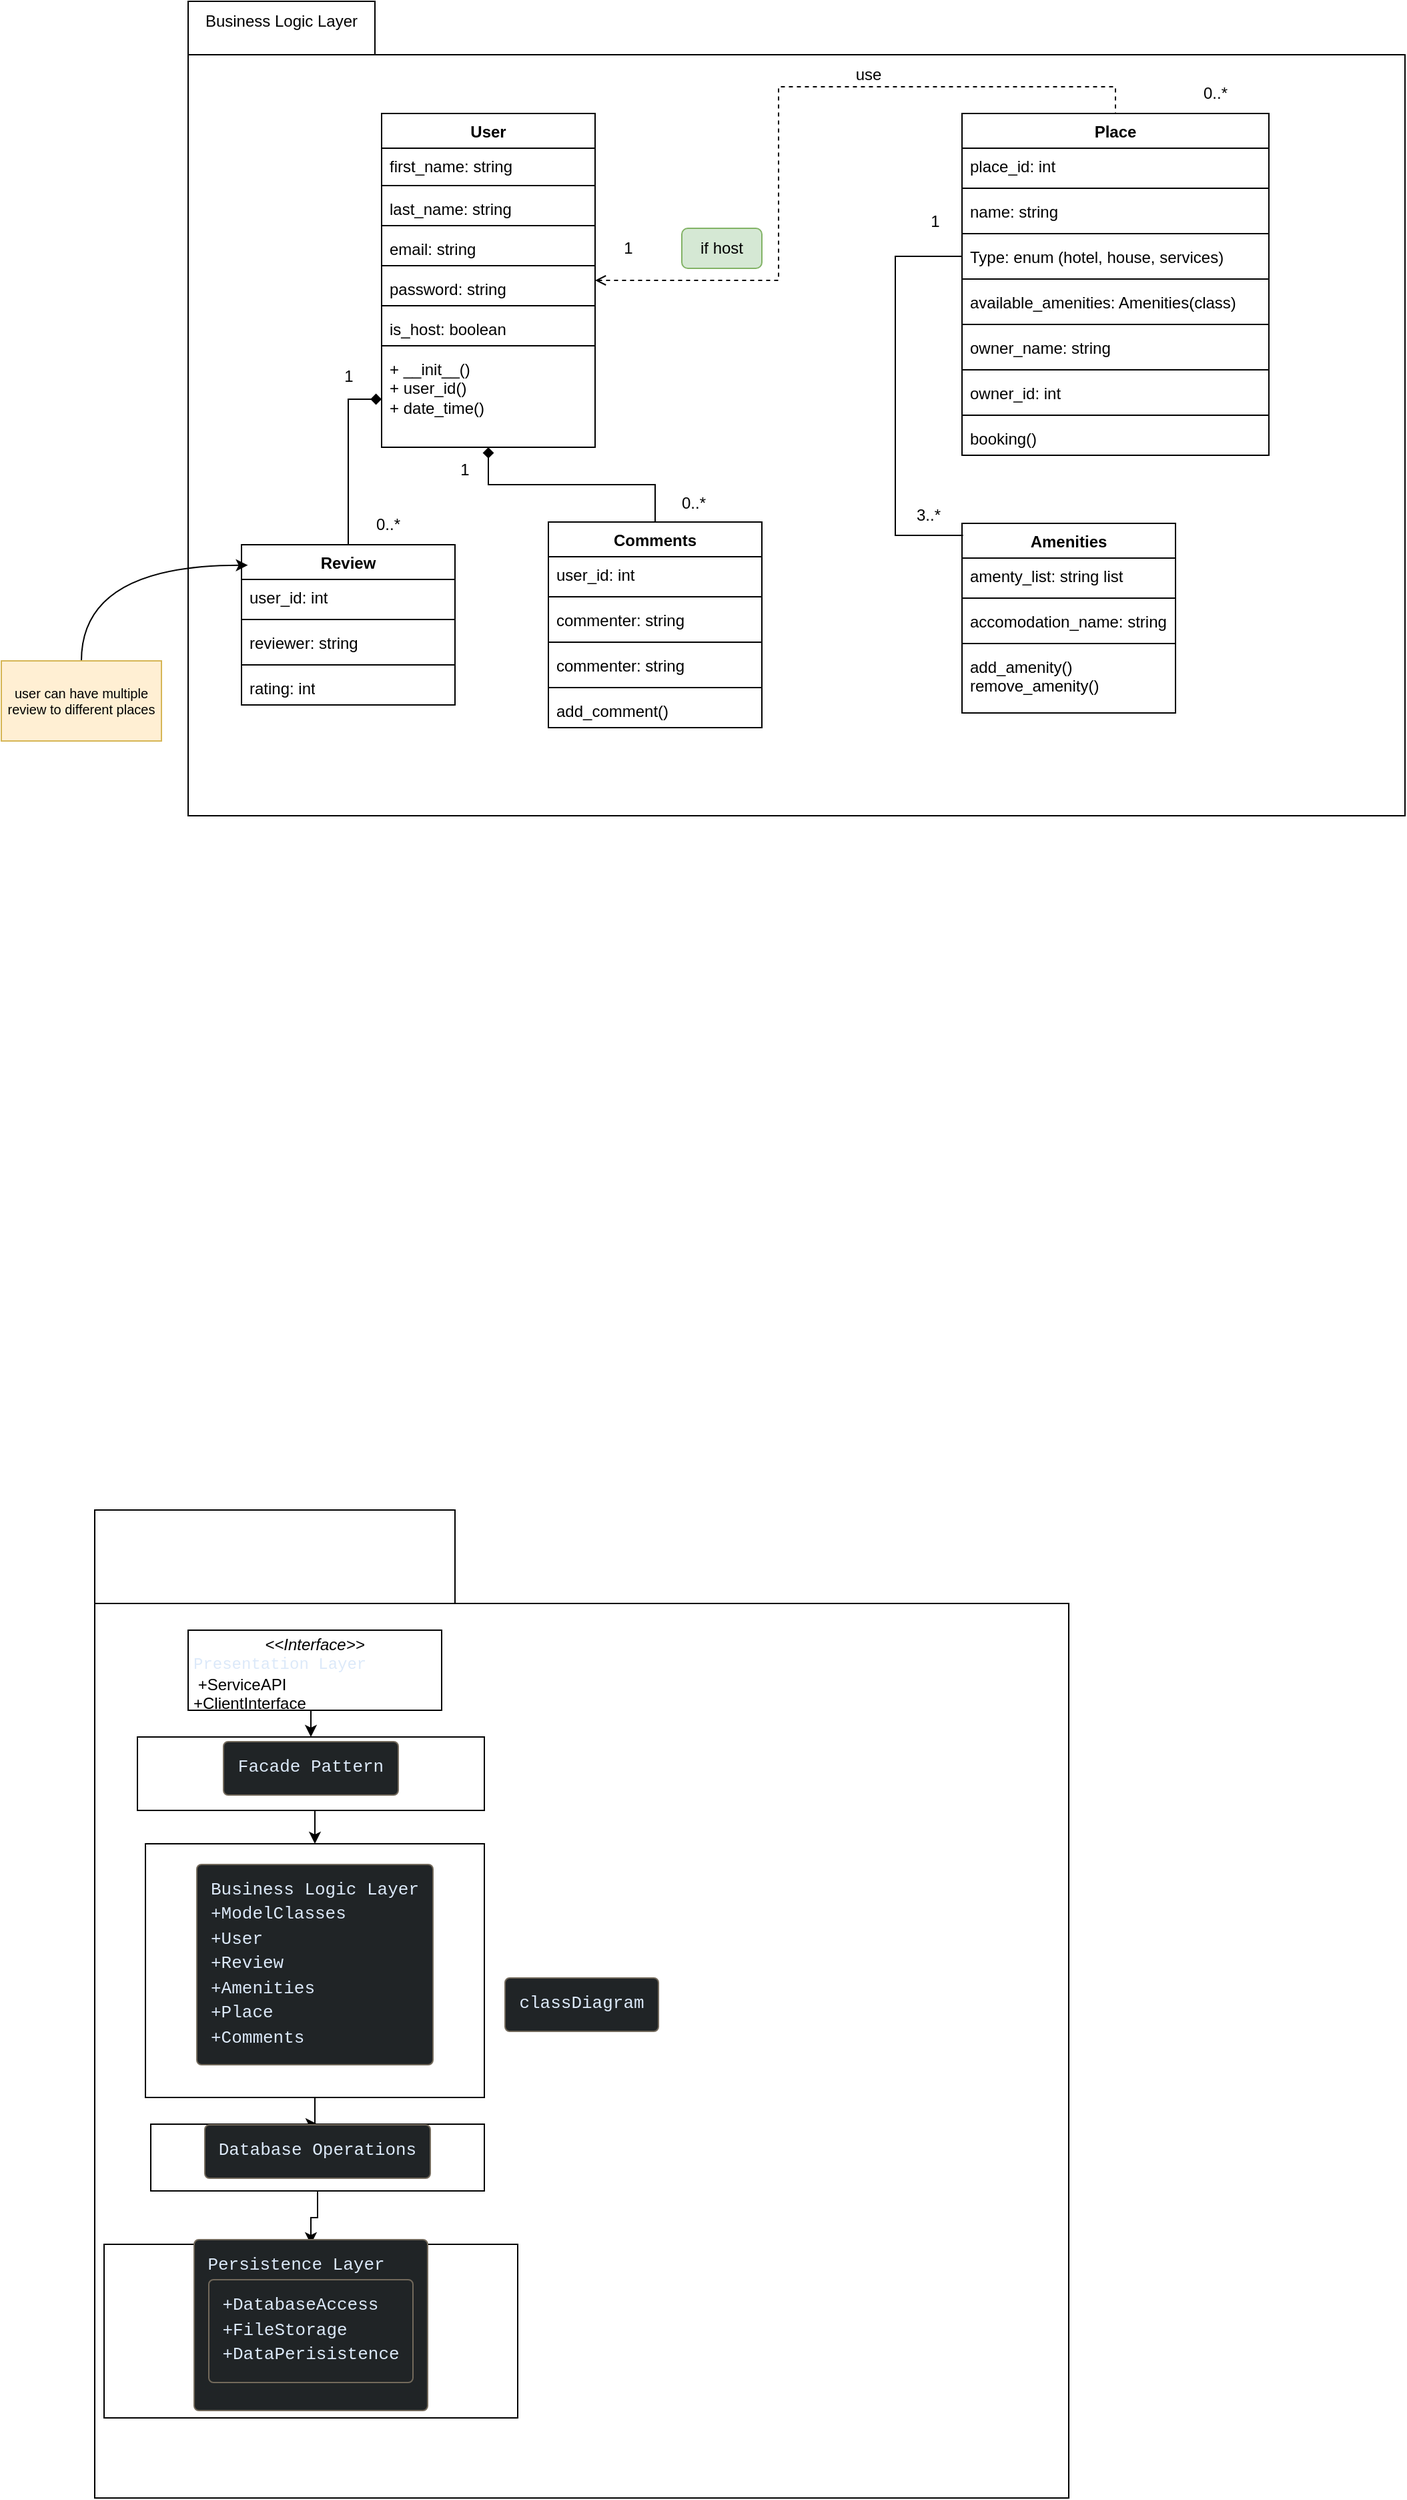
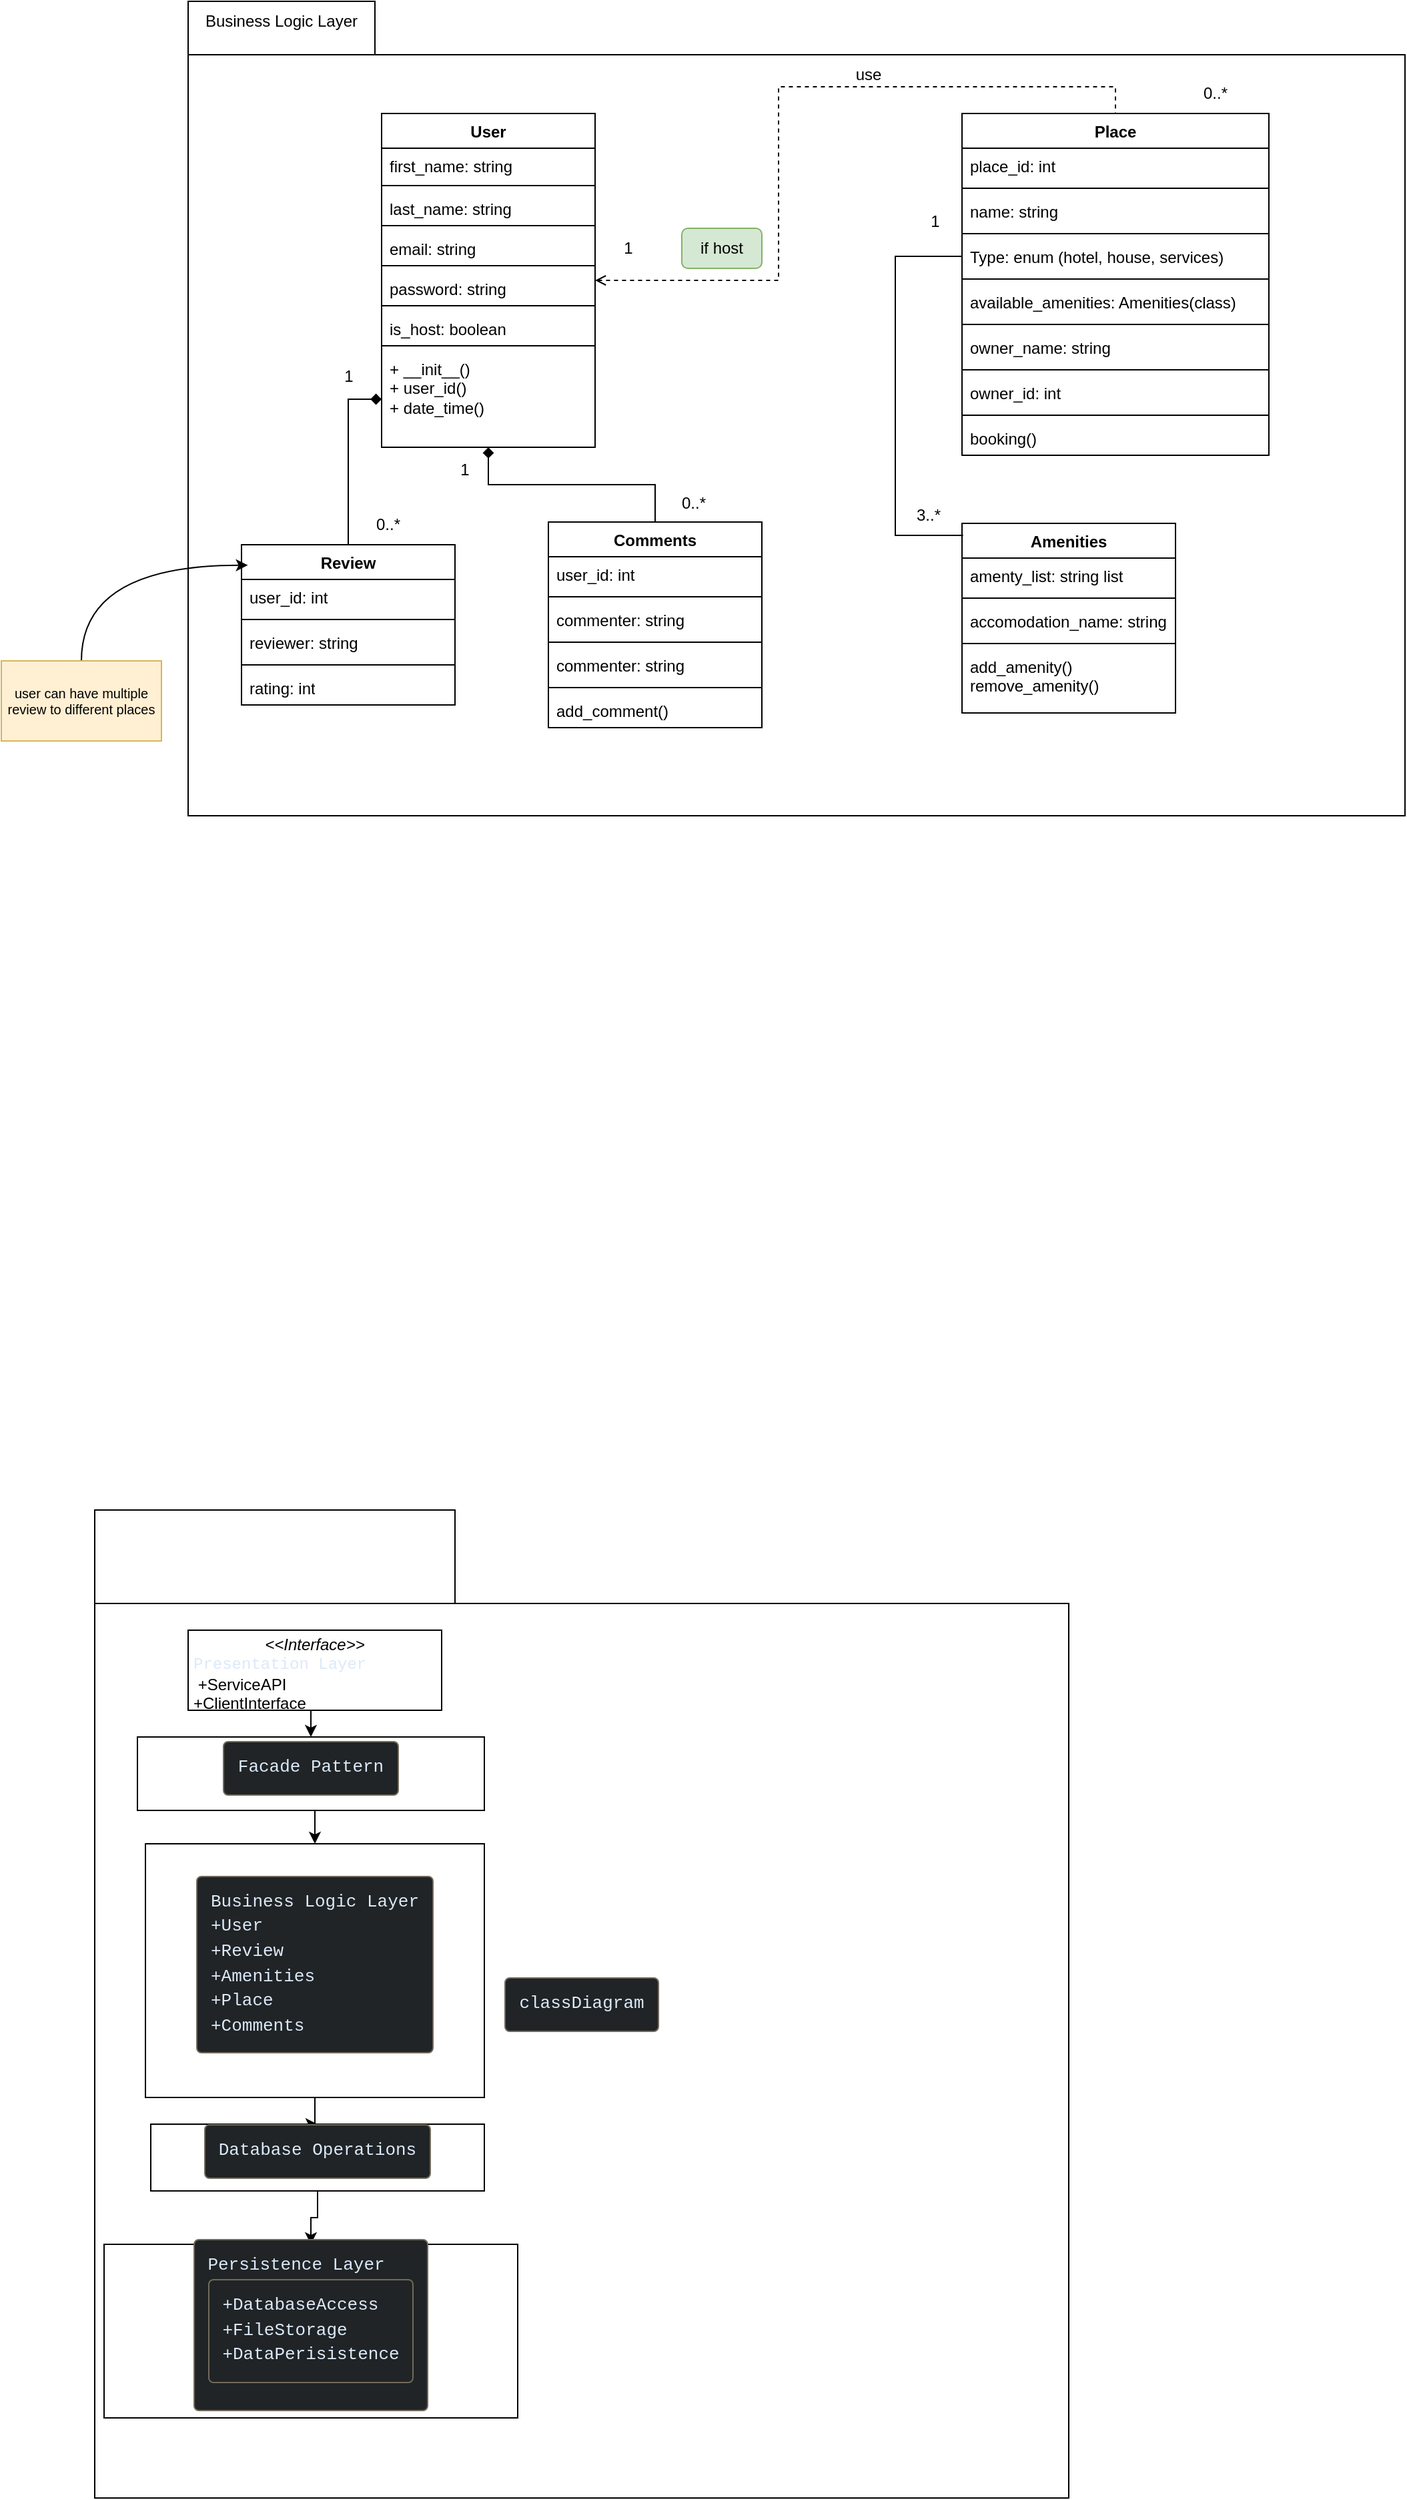
<mxfile host="app.diagrams.net">
  <diagram id="ltbA6WWBp3LRaSq-5ORm" name="Page-1">
-     <mxGraphModel dx="811" dy="1500" grid="1" gridSize="10" guides="1" tooltips="1" connect="1" arrows="1" fold="1" page="1" pageScale="1" pageWidth="850" pageHeight="1100" math="0" shadow="0">
+     <mxGraphModel dx="2130" dy="2150" grid="1" gridSize="10" guides="1" tooltips="1" connect="1" arrows="1" fold="1" page="1" pageScale="1" pageWidth="850" pageHeight="1100" math="0" shadow="0">
      <root>
        <mxCell id="0" />
        <mxCell id="1" parent="0" />
        <mxCell id="G2LW6t1l3yR2lz-vioTT-1" parent="1" style="shape=folder;fontStyle=1;spacingTop=10;tabWidth=140;tabHeight=40;tabPosition=left;html=1;whiteSpace=wrap;" value="" vertex="1">
          <mxGeometry height="610" width="912" x="180" y="-450" as="geometry" />
        </mxCell>
        <mxCell id="Qc-xl6jv6DDGC1pgQnW8-32" parent="1" style="rounded=1;whiteSpace=wrap;html=1;fillColor=#d5e8d4;strokeColor=#82b366;" value="if host" vertex="1">
          <mxGeometry height="30" width="60" x="550" y="-280" as="geometry" />
        </mxCell>
        <mxCell id="Qc-xl6jv6DDGC1pgQnW8-27" edge="1" parent="1" source="TRXBdDGxTs-NISdQ8IEX-1" style="edgeStyle=orthogonalEdgeStyle;rounded=0;orthogonalLoop=1;jettySize=auto;html=1;endArrow=none;endFill=0;startArrow=diamond;startFill=1;" target="TRXBdDGxTs-NISdQ8IEX-35">
          <mxGeometry relative="1" as="geometry" />
        </mxCell>
        <mxCell id="Qc-xl6jv6DDGC1pgQnW8-29" edge="1" parent="1" source="TRXBdDGxTs-NISdQ8IEX-1" style="edgeStyle=orthogonalEdgeStyle;rounded=0;orthogonalLoop=1;jettySize=auto;html=1;entryX=0.5;entryY=0;entryDx=0;entryDy=0;endArrow=none;endFill=0;dashed=1;startArrow=open;startFill=0;" target="TRXBdDGxTs-NISdQ8IEX-27">
          <mxGeometry relative="1" as="geometry" />
        </mxCell>
        <mxCell id="TRXBdDGxTs-NISdQ8IEX-1" parent="1" style="swimlane;fontStyle=1;align=center;verticalAlign=top;childLayout=stackLayout;horizontal=1;startSize=26;horizontalStack=0;resizeParent=1;resizeParentMax=0;resizeLast=0;collapsible=1;marginBottom=0;whiteSpace=wrap;html=1;" value="User" vertex="1">
          <mxGeometry height="250" width="160" x="325" y="-366" as="geometry" />
        </mxCell>
        <mxCell id="TRXBdDGxTs-NISdQ8IEX-2" parent="TRXBdDGxTs-NISdQ8IEX-1" style="text;strokeColor=none;fillColor=none;align=left;verticalAlign=top;spacingLeft=4;spacingRight=4;overflow=hidden;rotatable=0;points=[[0,0.5],[1,0.5]];portConstraint=eastwest;whiteSpace=wrap;html=1;" value="first_name: string&lt;div&gt;&lt;br&gt;&lt;/div&gt;" vertex="1">
          <mxGeometry height="24" width="160" y="26" as="geometry" />
        </mxCell>
        <mxCell id="TRXBdDGxTs-NISdQ8IEX-3" parent="TRXBdDGxTs-NISdQ8IEX-1" style="line;strokeWidth=1;fillColor=none;align=left;verticalAlign=middle;spacingTop=-1;spacingLeft=3;spacingRight=3;rotatable=0;labelPosition=right;points=[];portConstraint=eastwest;strokeColor=inherit;" value="" vertex="1">
          <mxGeometry height="8" width="160" y="50" as="geometry" />
        </mxCell>
        <mxCell id="TRXBdDGxTs-NISdQ8IEX-4" parent="TRXBdDGxTs-NISdQ8IEX-1" style="text;strokeColor=none;fillColor=none;align=left;verticalAlign=top;spacingLeft=4;spacingRight=4;overflow=hidden;rotatable=0;points=[[0,0.5],[1,0.5]];portConstraint=eastwest;whiteSpace=wrap;html=1;" value="&lt;div&gt;last_name: string&lt;/div&gt;" vertex="1">
          <mxGeometry height="22" width="160" y="58" as="geometry" />
        </mxCell>
        <mxCell id="TRXBdDGxTs-NISdQ8IEX-5" parent="TRXBdDGxTs-NISdQ8IEX-1" style="line;strokeWidth=1;fillColor=none;align=left;verticalAlign=middle;spacingTop=-1;spacingLeft=3;spacingRight=3;rotatable=0;labelPosition=right;points=[];portConstraint=eastwest;strokeColor=inherit;" value="" vertex="1">
          <mxGeometry height="8" width="160" y="80" as="geometry" />
        </mxCell>
        <mxCell id="TRXBdDGxTs-NISdQ8IEX-6" parent="TRXBdDGxTs-NISdQ8IEX-1" style="text;strokeColor=none;fillColor=none;align=left;verticalAlign=top;spacingLeft=4;spacingRight=4;overflow=hidden;rotatable=0;points=[[0,0.5],[1,0.5]];portConstraint=eastwest;whiteSpace=wrap;html=1;" value="&lt;div&gt;email: string&lt;/div&gt;" vertex="1">
          <mxGeometry height="22" width="160" y="88" as="geometry" />
        </mxCell>
        <mxCell id="TRXBdDGxTs-NISdQ8IEX-7" parent="TRXBdDGxTs-NISdQ8IEX-1" style="line;strokeWidth=1;fillColor=none;align=left;verticalAlign=middle;spacingTop=-1;spacingLeft=3;spacingRight=3;rotatable=0;labelPosition=right;points=[];portConstraint=eastwest;strokeColor=inherit;" value="" vertex="1">
          <mxGeometry height="8" width="160" y="110" as="geometry" />
        </mxCell>
        <mxCell id="TRXBdDGxTs-NISdQ8IEX-8" parent="TRXBdDGxTs-NISdQ8IEX-1" style="text;strokeColor=none;fillColor=none;align=left;verticalAlign=top;spacingLeft=4;spacingRight=4;overflow=hidden;rotatable=0;points=[[0,0.5],[1,0.5]];portConstraint=eastwest;whiteSpace=wrap;html=1;" value="&lt;div&gt;password: string&lt;/div&gt;" vertex="1">
          <mxGeometry height="22" width="160" y="118" as="geometry" />
        </mxCell>
        <mxCell id="TRXBdDGxTs-NISdQ8IEX-9" parent="TRXBdDGxTs-NISdQ8IEX-1" style="line;strokeWidth=1;fillColor=none;align=left;verticalAlign=middle;spacingTop=-1;spacingLeft=3;spacingRight=3;rotatable=0;labelPosition=right;points=[];portConstraint=eastwest;strokeColor=inherit;" value="" vertex="1">
          <mxGeometry height="8" width="160" y="140" as="geometry" />
        </mxCell>
        <mxCell id="TRXBdDGxTs-NISdQ8IEX-10" parent="TRXBdDGxTs-NISdQ8IEX-1" style="text;strokeColor=none;fillColor=none;align=left;verticalAlign=top;spacingLeft=4;spacingRight=4;overflow=hidden;rotatable=0;points=[[0,0.5],[1,0.5]];portConstraint=eastwest;whiteSpace=wrap;html=1;" value="&lt;div&gt;is_host: boolean&lt;/div&gt;" vertex="1">
          <mxGeometry height="22" width="160" y="148" as="geometry" />
        </mxCell>
        <mxCell id="TRXBdDGxTs-NISdQ8IEX-11" parent="TRXBdDGxTs-NISdQ8IEX-1" style="line;strokeWidth=1;fillColor=none;align=left;verticalAlign=middle;spacingTop=-1;spacingLeft=3;spacingRight=3;rotatable=0;labelPosition=right;points=[];portConstraint=eastwest;strokeColor=inherit;" value="" vertex="1">
          <mxGeometry height="8" width="160" y="170" as="geometry" />
        </mxCell>
        <mxCell id="TRXBdDGxTs-NISdQ8IEX-12" parent="TRXBdDGxTs-NISdQ8IEX-1" style="text;strokeColor=none;fillColor=none;align=left;verticalAlign=top;spacingLeft=4;spacingRight=4;overflow=hidden;rotatable=0;points=[[0,0.5],[1,0.5]];portConstraint=eastwest;whiteSpace=wrap;html=1;" value="+ __init__()&lt;div&gt;+ user_id()&lt;/div&gt;&lt;div&gt;+ date_time()&lt;/div&gt;" vertex="1">
          <mxGeometry height="72" width="160" y="178" as="geometry" />
        </mxCell>
        <mxCell id="TRXBdDGxTs-NISdQ8IEX-13" parent="1" style="shape=folder;fontStyle=1;spacingTop=10;tabWidth=270;tabHeight=70;tabPosition=left;html=1;whiteSpace=wrap;" value="&lt;pre style=&quot;box-sizing: border-box; overflow: auto; font-family: Menlo, Monaco, Consolas, &amp;quot;Courier New&amp;quot;, monospace; font-size: 13px; margin: 0px 0px 10px; line-height: 1.42857; color: rgb(220, 233, 249); word-break: break-all; overflow-wrap: break-word; border-width: 1px; border-style: solid; border-image: initial; scrollbar-color: rgb(95, 99, 104) rgb(49, 54, 60); font-weight: 400; text-align: start; padding: 10px !important; background-color: rgb(32, 36, 38) !important; border-color: rgb(114, 105, 91) !important; border-radius: 4px !important;&quot;&gt;&lt;code class=&quot;mermaid language-mermaid&quot; style=&quot;box-sizing: border-box; font-family: Menlo, Monaco, Consolas, &amp;quot;Courier New&amp;quot;, monospace; font-size: inherit; padding: 0px; border-radius: 0px; white-space: pre-wrap; scrollbar-color: rgb(95, 99, 104) rgb(49, 54, 60); background-color: transparent !important;&quot;&gt;classDiagram&lt;/code&gt;&lt;/pre&gt;" vertex="1">
          <mxGeometry height="740" width="730" x="110" y="680" as="geometry" />
        </mxCell>
        <mxCell id="TRXBdDGxTs-NISdQ8IEX-14" edge="1" parent="1" source="TRXBdDGxTs-NISdQ8IEX-20" style="edgeStyle=orthogonalEdgeStyle;rounded=0;orthogonalLoop=1;jettySize=auto;html=1;exitX=0.5;exitY=1;exitDx=0;exitDy=0;entryX=0.5;entryY=0;entryDx=0;entryDy=0;" target="TRXBdDGxTs-NISdQ8IEX-17">
          <mxGeometry relative="1" as="geometry" />
        </mxCell>
        <mxCell id="TRXBdDGxTs-NISdQ8IEX-15" parent="1" style="verticalAlign=top;align=left;overflow=fill;html=1;whiteSpace=wrap;" value="&lt;p style=&quot;margin:0px;margin-top:4px;text-align:center;&quot;&gt;&lt;i&gt;&amp;lt;&amp;lt;Interface&amp;gt;&amp;gt;&lt;/i&gt;&lt;br&gt;&lt;/p&gt;&lt;p style=&quot;margin:0px;margin-left:4px;&quot;&gt;&lt;span style=&quot;background-color: transparent; font-family: Menlo, Monaco, Consolas, &amp;quot;Courier New&amp;quot;, monospace; font-size: inherit; white-space: pre-wrap; color: rgb(220, 233, 249); --dm-inline-bgcolor: transparent;&quot; data-dm-inline-bgcolor=&quot;&quot;&gt;Presentation Layer&lt;/span&gt;&lt;/p&gt;&lt;p style=&quot;margin:0px;margin-left:4px;&quot;&gt;&amp;nbsp;+ServiceAPI&lt;br&gt;+ClientInterface&lt;/p&gt;" vertex="1">
          <mxGeometry height="60" width="190" x="180" y="770" as="geometry" />
        </mxCell>
        <mxCell id="TRXBdDGxTs-NISdQ8IEX-16" edge="1" parent="1" source="TRXBdDGxTs-NISdQ8IEX-22" style="edgeStyle=orthogonalEdgeStyle;rounded=0;orthogonalLoop=1;jettySize=auto;html=1;exitX=0.5;exitY=1;exitDx=0;exitDy=0;" target="TRXBdDGxTs-NISdQ8IEX-18">
          <mxGeometry relative="1" as="geometry" />
        </mxCell>
-         <mxCell id="TRXBdDGxTs-NISdQ8IEX-17" parent="1" style="html=1;whiteSpace=wrap;" value="&lt;pre style=&quot;box-sizing: border-box; overflow: auto; font-family: Menlo, Monaco, Consolas, &amp;quot;Courier New&amp;quot;, monospace; font-size: 13px; margin: 0px 0px 10px; line-height: 1.42857; color: rgb(220, 233, 249); word-break: break-all; overflow-wrap: break-word; border: 1px solid rgb(114, 105, 91); scrollbar-color: rgb(95, 99, 104) rgb(49, 54, 60); text-align: start; background-color: rgb(32, 36, 38); padding: 10px !important; border-radius: 4px !important;&quot;&gt;&lt;code class=&quot;mermaid language-mermaid&quot; style=&quot;box-sizing: border-box; font-family: Menlo, Monaco, Consolas, &amp;quot;Courier New&amp;quot;, monospace; font-size: inherit; padding: 0px; border-radius: 0px; white-space: pre-wrap; scrollbar-color: rgb(95, 99, 104) rgb(49, 54, 60); background-color: transparent !important; --dm-inline-bgcolor: transparent;&quot; data-dm-inline-bgcolor=&quot;&quot;&gt;Business Logic Layer&lt;br&gt;+&lt;/code&gt;ModelClasses&lt;br&gt;+User&lt;br&gt;+Review&lt;br&gt;+Amenities&lt;br&gt;+Place&lt;br&gt;+Comments&lt;/pre&gt;" vertex="1">
+         <mxCell id="TRXBdDGxTs-NISdQ8IEX-17" parent="1" style="html=1;whiteSpace=wrap;" value="&lt;pre style=&quot;box-sizing: border-box; overflow: auto; font-family: Menlo, Monaco, Consolas, &amp;quot;Courier New&amp;quot;, monospace; font-size: 13px; margin: 0px 0px 10px; line-height: 1.42857; color: rgb(220, 233, 249); word-break: break-all; overflow-wrap: break-word; border: 1px solid rgb(114, 105, 91); scrollbar-color: rgb(95, 99, 104) rgb(49, 54, 60); text-align: start; background-color: rgb(32, 36, 38); padding: 10px !important; border-radius: 4px !important;&quot;&gt;&lt;code class=&quot;mermaid language-mermaid&quot; style=&quot;box-sizing: border-box; font-family: Menlo, Monaco, Consolas, &amp;quot;Courier New&amp;quot;, monospace; font-size: inherit; padding: 0px; border-radius: 0px; white-space: pre-wrap; scrollbar-color: rgb(95, 99, 104) rgb(49, 54, 60); background-color: transparent !important; --dm-inline-bgcolor: transparent;&quot; data-dm-inline-bgcolor=&quot;&quot;&gt;Business Logic Layer&lt;/code&gt;&lt;br&gt;+User&lt;br&gt;+Review&lt;br&gt;+Amenities&lt;br&gt;+Place&lt;br&gt;+Comments&lt;/pre&gt;" vertex="1">
          <mxGeometry height="190" width="254" x="148" y="930" as="geometry" />
        </mxCell>
        <mxCell id="TRXBdDGxTs-NISdQ8IEX-18" parent="1" style="html=1;whiteSpace=wrap;" value="&lt;pre style=&quot;box-sizing: border-box; overflow: auto; font-family: Menlo, Monaco, Consolas, &amp;quot;Courier New&amp;quot;, monospace; font-size: 13px; margin: 0px 0px 10px; line-height: 1.42857; color: rgb(220, 233, 249); word-break: break-all; overflow-wrap: break-word; border: 1px solid rgb(114, 105, 91); scrollbar-color: rgb(95, 99, 104) rgb(49, 54, 60); text-align: start; background-color: rgb(32, 36, 38); padding: 10px !important; border-radius: 4px !important;&quot;&gt;&lt;code class=&quot;mermaid language-mermaid&quot; style=&quot;box-sizing: border-box; font-family: Menlo, Monaco, Consolas, &amp;quot;Courier New&amp;quot;, monospace; font-size: inherit; padding: 0px; border-radius: 0px; white-space: pre-wrap; scrollbar-color: rgb(95, 99, 104) rgb(49, 54, 60); background-color: transparent !important; --dm-inline-bgcolor: transparent;&quot; data-dm-inline-bgcolor=&quot;&quot;&gt;Persistence Layer&lt;br&gt;&lt;pre style=&quot;box-sizing: border-box; overflow: auto; font-family: Menlo, Monaco, Consolas, &amp;quot;Courier New&amp;quot;, monospace; margin: 0px 0px 10px; line-height: 1.42857; color: rgb(220, 233, 249); word-break: break-all; overflow-wrap: break-word; border: 1px solid rgb(114, 105, 91); scrollbar-color: rgb(95, 99, 104) rgb(49, 54, 60); background-color: rgb(32, 36, 38); padding: 10px !important; border-radius: 4px !important;&quot;&gt;&lt;code class=&quot;mermaid language-mermaid&quot; style=&quot;box-sizing: border-box; font-family: Menlo, Monaco, Consolas, &amp;quot;Courier New&amp;quot;, monospace; font-size: inherit; padding: 0px; border-radius: 0px; white-space: pre-wrap; scrollbar-color: rgb(95, 99, 104) rgb(49, 54, 60); background-color: transparent !important; --dm-inline-bgcolor: transparent;&quot; data-dm-inline-bgcolor=&quot;&quot;&gt;+DatabaseAccess&lt;br&gt;+FileStorage&lt;br&gt;+DataPerisistence&lt;/code&gt;&lt;/pre&gt;&lt;/code&gt;&lt;/pre&gt;" vertex="1">
          <mxGeometry height="130" width="310" x="117" y="1230" as="geometry" />
        </mxCell>
        <mxCell id="TRXBdDGxTs-NISdQ8IEX-19" edge="1" parent="1" source="TRXBdDGxTs-NISdQ8IEX-15" style="edgeStyle=orthogonalEdgeStyle;rounded=0;orthogonalLoop=1;jettySize=auto;html=1;exitX=0.5;exitY=1;exitDx=0;exitDy=0;entryX=0.5;entryY=0;entryDx=0;entryDy=0;" target="TRXBdDGxTs-NISdQ8IEX-20" value="">
          <mxGeometry relative="1" as="geometry">
            <mxPoint x="275" y="830" as="sourcePoint" />
            <mxPoint x="275" y="930" as="targetPoint" />
          </mxGeometry>
        </mxCell>
        <mxCell id="TRXBdDGxTs-NISdQ8IEX-20" parent="1" style="html=1;whiteSpace=wrap;" value="&lt;pre style=&quot;box-sizing: border-box; overflow: auto; font-family: Menlo, Monaco, Consolas, &amp;quot;Courier New&amp;quot;, monospace; font-size: 13px; margin: 0px 0px 10px; line-height: 1.42857; color: rgb(220, 233, 249); word-break: break-all; overflow-wrap: break-word; border-width: 1px; border-style: solid; border-image: initial; scrollbar-color: rgb(95, 99, 104) rgb(49, 54, 60); text-align: start; padding: 10px !important; background-color: rgb(32, 36, 38) !important; border-color: rgb(114, 105, 91) !important; border-radius: 4px !important;&quot;&gt;&lt;code class=&quot;mermaid language-mermaid&quot; style=&quot;box-sizing: border-box; font-family: Menlo, Monaco, Consolas, &amp;quot;Courier New&amp;quot;, monospace; font-size: inherit; padding: 0px; border-radius: 0px; white-space: pre-wrap; scrollbar-color: rgb(95, 99, 104) rgb(49, 54, 60); background-color: transparent !important;&quot;&gt;Facade Pattern&lt;/code&gt;&lt;/pre&gt;" vertex="1">
          <mxGeometry height="55" width="260" x="142" y="850" as="geometry" />
        </mxCell>
        <mxCell id="TRXBdDGxTs-NISdQ8IEX-21" edge="1" parent="1" source="TRXBdDGxTs-NISdQ8IEX-17" style="edgeStyle=orthogonalEdgeStyle;rounded=0;orthogonalLoop=1;jettySize=auto;html=1;exitX=0.5;exitY=1;exitDx=0;exitDy=0;" target="TRXBdDGxTs-NISdQ8IEX-22" value="">
          <mxGeometry relative="1" as="geometry">
            <mxPoint x="275" y="1120" as="sourcePoint" />
            <mxPoint x="275" y="1190" as="targetPoint" />
          </mxGeometry>
        </mxCell>
        <mxCell id="TRXBdDGxTs-NISdQ8IEX-22" parent="1" style="html=1;whiteSpace=wrap;" value="&lt;pre style=&quot;box-sizing: border-box; overflow: auto; font-family: Menlo, Monaco, Consolas, &amp;quot;Courier New&amp;quot;, monospace; font-size: 13px; margin: 0px 0px 10px; line-height: 1.42857; color: rgb(220, 233, 249); word-break: break-all; overflow-wrap: break-word; border-width: 1px; border-style: solid; border-image: initial; scrollbar-color: rgb(95, 99, 104) rgb(49, 54, 60); text-align: start; padding: 10px !important; background-color: rgb(32, 36, 38) !important; border-color: rgb(114, 105, 91) !important; border-radius: 4px !important;&quot;&gt;&lt;code class=&quot;mermaid language-mermaid&quot; style=&quot;box-sizing: border-box; font-family: Menlo, Monaco, Consolas, &amp;quot;Courier New&amp;quot;, monospace; font-size: inherit; padding: 0px; border-radius: 0px; white-space: pre-wrap; scrollbar-color: rgb(95, 99, 104) rgb(49, 54, 60); background-color: transparent !important;&quot;&gt;Database Operations&lt;/code&gt;&lt;/pre&gt;" vertex="1">
          <mxGeometry height="50" width="250" x="152" y="1140" as="geometry" />
        </mxCell>
        <mxCell id="TRXBdDGxTs-NISdQ8IEX-23" parent="1" style="swimlane;fontStyle=1;align=center;verticalAlign=top;childLayout=stackLayout;horizontal=1;startSize=26;horizontalStack=0;resizeParent=1;resizeParentMax=0;resizeLast=0;collapsible=1;marginBottom=0;whiteSpace=wrap;html=1;" value="Amenities" vertex="1">
          <mxGeometry height="142" width="160" x="760" y="-59" as="geometry" />
        </mxCell>
        <mxCell id="TRXBdDGxTs-NISdQ8IEX-24" parent="TRXBdDGxTs-NISdQ8IEX-23" style="text;strokeColor=none;fillColor=none;align=left;verticalAlign=top;spacingLeft=4;spacingRight=4;overflow=hidden;rotatable=0;points=[[0,0.5],[1,0.5]];portConstraint=eastwest;whiteSpace=wrap;html=1;" value="amenty_list: string list" vertex="1">
          <mxGeometry height="26" width="160" y="26" as="geometry" />
        </mxCell>
        <mxCell id="TRXBdDGxTs-NISdQ8IEX-25" parent="TRXBdDGxTs-NISdQ8IEX-23" style="line;strokeWidth=1;fillColor=none;align=left;verticalAlign=middle;spacingTop=-1;spacingLeft=3;spacingRight=3;rotatable=0;labelPosition=right;points=[];portConstraint=eastwest;strokeColor=inherit;" value="" vertex="1">
          <mxGeometry height="8" width="160" y="52" as="geometry" />
        </mxCell>
        <mxCell id="Qc-xl6jv6DDGC1pgQnW8-6" parent="TRXBdDGxTs-NISdQ8IEX-23" style="text;strokeColor=none;fillColor=none;align=left;verticalAlign=top;spacingLeft=4;spacingRight=4;overflow=hidden;rotatable=0;points=[[0,0.5],[1,0.5]];portConstraint=eastwest;whiteSpace=wrap;html=1;" value="accomodation_name: string" vertex="1">
          <mxGeometry height="26" width="160" y="60" as="geometry" />
        </mxCell>
        <mxCell id="Qc-xl6jv6DDGC1pgQnW8-13" parent="TRXBdDGxTs-NISdQ8IEX-23" style="line;strokeWidth=1;fillColor=none;align=left;verticalAlign=middle;spacingTop=-1;spacingLeft=3;spacingRight=3;rotatable=0;labelPosition=right;points=[];portConstraint=eastwest;strokeColor=inherit;" value="" vertex="1">
          <mxGeometry height="8" width="160" y="86" as="geometry" />
        </mxCell>
        <mxCell id="TRXBdDGxTs-NISdQ8IEX-26" parent="TRXBdDGxTs-NISdQ8IEX-23" style="text;strokeColor=none;fillColor=none;align=left;verticalAlign=top;spacingLeft=4;spacingRight=4;overflow=hidden;rotatable=0;points=[[0,0.5],[1,0.5]];portConstraint=eastwest;whiteSpace=wrap;html=1;" value="add_amenity()&lt;div&gt;remove_amenity()&lt;/div&gt;" vertex="1">
          <mxGeometry height="48" width="160" y="94" as="geometry" />
        </mxCell>
        <mxCell id="TRXBdDGxTs-NISdQ8IEX-27" parent="1" style="swimlane;fontStyle=1;align=center;verticalAlign=top;childLayout=stackLayout;horizontal=1;startSize=26;horizontalStack=0;resizeParent=1;resizeParentMax=0;resizeLast=0;collapsible=1;marginBottom=0;whiteSpace=wrap;html=1;" value="Place" vertex="1">
          <mxGeometry height="256" width="230" x="760" y="-366" as="geometry" />
        </mxCell>
        <mxCell id="Qc-xl6jv6DDGC1pgQnW8-40" parent="TRXBdDGxTs-NISdQ8IEX-27" style="text;strokeColor=none;fillColor=none;align=left;verticalAlign=top;spacingLeft=4;spacingRight=4;overflow=hidden;rotatable=0;points=[[0,0.5],[1,0.5]];portConstraint=eastwest;whiteSpace=wrap;html=1;" value="place_id: int" vertex="1">
          <mxGeometry height="26" width="230" y="26" as="geometry" />
        </mxCell>
        <mxCell id="Qc-xl6jv6DDGC1pgQnW8-41" parent="TRXBdDGxTs-NISdQ8IEX-27" style="line;strokeWidth=1;fillColor=none;align=left;verticalAlign=middle;spacingTop=-1;spacingLeft=3;spacingRight=3;rotatable=0;labelPosition=right;points=[];portConstraint=eastwest;strokeColor=inherit;" value="" vertex="1">
          <mxGeometry height="8" width="230" y="52" as="geometry" />
        </mxCell>
        <mxCell id="TRXBdDGxTs-NISdQ8IEX-28" parent="TRXBdDGxTs-NISdQ8IEX-27" style="text;strokeColor=none;fillColor=none;align=left;verticalAlign=top;spacingLeft=4;spacingRight=4;overflow=hidden;rotatable=0;points=[[0,0.5],[1,0.5]];portConstraint=eastwest;whiteSpace=wrap;html=1;" value="name: string" vertex="1">
          <mxGeometry height="26" width="230" y="60" as="geometry" />
        </mxCell>
        <mxCell id="TRXBdDGxTs-NISdQ8IEX-29" parent="TRXBdDGxTs-NISdQ8IEX-27" style="line;strokeWidth=1;fillColor=none;align=left;verticalAlign=middle;spacingTop=-1;spacingLeft=3;spacingRight=3;rotatable=0;labelPosition=right;points=[];portConstraint=eastwest;strokeColor=inherit;" value="" vertex="1">
          <mxGeometry height="8" width="230" y="86" as="geometry" />
        </mxCell>
        <mxCell id="TRXBdDGxTs-NISdQ8IEX-30" parent="TRXBdDGxTs-NISdQ8IEX-27" style="text;strokeColor=none;fillColor=none;align=left;verticalAlign=top;spacingLeft=4;spacingRight=4;overflow=hidden;rotatable=0;points=[[0,0.5],[1,0.5]];portConstraint=eastwest;whiteSpace=wrap;html=1;" value="Type: enum (hotel, house, services)" vertex="1">
          <mxGeometry height="26" width="230" y="94" as="geometry" />
        </mxCell>
        <mxCell id="Qc-xl6jv6DDGC1pgQnW8-15" parent="TRXBdDGxTs-NISdQ8IEX-27" style="line;strokeWidth=1;fillColor=none;align=left;verticalAlign=middle;spacingTop=-1;spacingLeft=3;spacingRight=3;rotatable=0;labelPosition=right;points=[];portConstraint=eastwest;strokeColor=inherit;" value="" vertex="1">
          <mxGeometry height="8" width="230" y="120" as="geometry" />
        </mxCell>
        <mxCell id="Qc-xl6jv6DDGC1pgQnW8-26" parent="TRXBdDGxTs-NISdQ8IEX-27" style="text;strokeColor=none;fillColor=none;align=left;verticalAlign=top;spacingLeft=4;spacingRight=4;overflow=hidden;rotatable=0;points=[[0,0.5],[1,0.5]];portConstraint=eastwest;whiteSpace=wrap;html=1;" value="available_amenities: Amenities(class)" vertex="1">
          <mxGeometry height="26" width="230" y="128" as="geometry" />
        </mxCell>
        <mxCell id="Qc-xl6jv6DDGC1pgQnW8-14" parent="TRXBdDGxTs-NISdQ8IEX-27" style="line;strokeWidth=1;fillColor=none;align=left;verticalAlign=middle;spacingTop=-1;spacingLeft=3;spacingRight=3;rotatable=0;labelPosition=right;points=[];portConstraint=eastwest;strokeColor=inherit;" value="" vertex="1">
          <mxGeometry height="8" width="230" y="154" as="geometry" />
        </mxCell>
        <mxCell id="Qc-xl6jv6DDGC1pgQnW8-16" parent="TRXBdDGxTs-NISdQ8IEX-27" style="text;strokeColor=none;fillColor=none;align=left;verticalAlign=top;spacingLeft=4;spacingRight=4;overflow=hidden;rotatable=0;points=[[0,0.5],[1,0.5]];portConstraint=eastwest;whiteSpace=wrap;html=1;" value="owner_name: string" vertex="1">
          <mxGeometry height="26" width="230" y="162" as="geometry" />
        </mxCell>
        <mxCell id="Qc-xl6jv6DDGC1pgQnW8-17" parent="TRXBdDGxTs-NISdQ8IEX-27" style="line;strokeWidth=1;fillColor=none;align=left;verticalAlign=middle;spacingTop=-1;spacingLeft=3;spacingRight=3;rotatable=0;labelPosition=right;points=[];portConstraint=eastwest;strokeColor=inherit;" value="" vertex="1">
          <mxGeometry height="8" width="230" y="188" as="geometry" />
        </mxCell>
        <mxCell id="Qc-xl6jv6DDGC1pgQnW8-12" parent="TRXBdDGxTs-NISdQ8IEX-27" style="text;strokeColor=none;fillColor=none;align=left;verticalAlign=top;spacingLeft=4;spacingRight=4;overflow=hidden;rotatable=0;points=[[0,0.5],[1,0.5]];portConstraint=eastwest;whiteSpace=wrap;html=1;" value="owner_id: int" vertex="1">
          <mxGeometry height="26" width="230" y="196" as="geometry" />
        </mxCell>
        <mxCell id="Qc-xl6jv6DDGC1pgQnW8-20" parent="TRXBdDGxTs-NISdQ8IEX-27" style="line;strokeWidth=1;fillColor=none;align=left;verticalAlign=middle;spacingTop=-1;spacingLeft=3;spacingRight=3;rotatable=0;labelPosition=right;points=[];portConstraint=eastwest;strokeColor=inherit;" value="" vertex="1">
          <mxGeometry height="8" width="230" y="222" as="geometry" />
        </mxCell>
        <mxCell id="Qc-xl6jv6DDGC1pgQnW8-19" parent="TRXBdDGxTs-NISdQ8IEX-27" style="text;strokeColor=none;fillColor=none;align=left;verticalAlign=top;spacingLeft=4;spacingRight=4;overflow=hidden;rotatable=0;points=[[0,0.5],[1,0.5]];portConstraint=eastwest;whiteSpace=wrap;html=1;" value="booking()" vertex="1">
          <mxGeometry height="26" width="230" y="230" as="geometry" />
        </mxCell>
        <mxCell id="TRXBdDGxTs-NISdQ8IEX-35" parent="1" style="swimlane;fontStyle=1;align=center;verticalAlign=top;childLayout=stackLayout;horizontal=1;startSize=26;horizontalStack=0;resizeParent=1;resizeParentMax=0;resizeLast=0;collapsible=1;marginBottom=0;whiteSpace=wrap;html=1;" value="Comments" vertex="1">
          <mxGeometry height="154" width="160" x="450" y="-60" as="geometry" />
        </mxCell>
        <mxCell id="TRXBdDGxTs-NISdQ8IEX-36" parent="TRXBdDGxTs-NISdQ8IEX-35" style="text;strokeColor=none;fillColor=none;align=left;verticalAlign=top;spacingLeft=4;spacingRight=4;overflow=hidden;rotatable=0;points=[[0,0.5],[1,0.5]];portConstraint=eastwest;whiteSpace=wrap;html=1;" value="user_id: int" vertex="1">
          <mxGeometry height="26" width="160" y="26" as="geometry" />
        </mxCell>
        <mxCell id="TRXBdDGxTs-NISdQ8IEX-37" parent="TRXBdDGxTs-NISdQ8IEX-35" style="line;strokeWidth=1;fillColor=none;align=left;verticalAlign=middle;spacingTop=-1;spacingLeft=3;spacingRight=3;rotatable=0;labelPosition=right;points=[];portConstraint=eastwest;strokeColor=inherit;" value="" vertex="1">
          <mxGeometry height="8" width="160" y="52" as="geometry" />
        </mxCell>
        <mxCell id="Qc-xl6jv6DDGC1pgQnW8-36" parent="TRXBdDGxTs-NISdQ8IEX-35" style="text;strokeColor=none;fillColor=none;align=left;verticalAlign=top;spacingLeft=4;spacingRight=4;overflow=hidden;rotatable=0;points=[[0,0.5],[1,0.5]];portConstraint=eastwest;whiteSpace=wrap;html=1;" value="commenter: string" vertex="1">
          <mxGeometry height="26" width="160" y="60" as="geometry" />
        </mxCell>
        <mxCell id="Qc-xl6jv6DDGC1pgQnW8-37" parent="TRXBdDGxTs-NISdQ8IEX-35" style="line;strokeWidth=1;fillColor=none;align=left;verticalAlign=middle;spacingTop=-1;spacingLeft=3;spacingRight=3;rotatable=0;labelPosition=right;points=[];portConstraint=eastwest;strokeColor=inherit;" value="" vertex="1">
          <mxGeometry height="8" width="160" y="86" as="geometry" />
        </mxCell>
        <mxCell id="Qc-xl6jv6DDGC1pgQnW8-22" parent="TRXBdDGxTs-NISdQ8IEX-35" style="text;strokeColor=none;fillColor=none;align=left;verticalAlign=top;spacingLeft=4;spacingRight=4;overflow=hidden;rotatable=0;points=[[0,0.5],[1,0.5]];portConstraint=eastwest;whiteSpace=wrap;html=1;" value="commenter: string" vertex="1">
          <mxGeometry height="26" width="160" y="94" as="geometry" />
        </mxCell>
        <mxCell id="Qc-xl6jv6DDGC1pgQnW8-23" parent="TRXBdDGxTs-NISdQ8IEX-35" style="line;strokeWidth=1;fillColor=none;align=left;verticalAlign=middle;spacingTop=-1;spacingLeft=3;spacingRight=3;rotatable=0;labelPosition=right;points=[];portConstraint=eastwest;strokeColor=inherit;" value="" vertex="1">
          <mxGeometry height="8" width="160" y="120" as="geometry" />
        </mxCell>
        <mxCell id="TRXBdDGxTs-NISdQ8IEX-38" parent="TRXBdDGxTs-NISdQ8IEX-35" style="text;strokeColor=none;fillColor=none;align=left;verticalAlign=top;spacingLeft=4;spacingRight=4;overflow=hidden;rotatable=0;points=[[0,0.5],[1,0.5]];portConstraint=eastwest;whiteSpace=wrap;html=1;" value="add_comment()" vertex="1">
          <mxGeometry height="26" width="160" y="128" as="geometry" />
        </mxCell>
        <mxCell id="Qc-xl6jv6DDGC1pgQnW8-1" parent="1" style="swimlane;fontStyle=1;align=center;verticalAlign=top;childLayout=stackLayout;horizontal=1;startSize=26;horizontalStack=0;resizeParent=1;resizeParentMax=0;resizeLast=0;collapsible=1;marginBottom=0;whiteSpace=wrap;html=1;" value="Review" vertex="1">
          <mxGeometry height="120" width="160" x="220" y="-43" as="geometry" />
        </mxCell>
        <mxCell id="Qc-xl6jv6DDGC1pgQnW8-38" parent="Qc-xl6jv6DDGC1pgQnW8-1" style="text;strokeColor=none;fillColor=none;align=left;verticalAlign=top;spacingLeft=4;spacingRight=4;overflow=hidden;rotatable=0;points=[[0,0.5],[1,0.5]];portConstraint=eastwest;whiteSpace=wrap;html=1;" value="user_id: int" vertex="1">
          <mxGeometry height="26" width="160" y="26" as="geometry" />
        </mxCell>
        <mxCell id="Qc-xl6jv6DDGC1pgQnW8-39" parent="Qc-xl6jv6DDGC1pgQnW8-1" style="line;strokeWidth=1;fillColor=none;align=left;verticalAlign=middle;spacingTop=-1;spacingLeft=3;spacingRight=3;rotatable=0;labelPosition=right;points=[];portConstraint=eastwest;strokeColor=inherit;" value="" vertex="1">
          <mxGeometry height="8" width="160" y="52" as="geometry" />
        </mxCell>
        <mxCell id="Qc-xl6jv6DDGC1pgQnW8-2" parent="Qc-xl6jv6DDGC1pgQnW8-1" style="text;strokeColor=none;fillColor=none;align=left;verticalAlign=top;spacingLeft=4;spacingRight=4;overflow=hidden;rotatable=0;points=[[0,0.5],[1,0.5]];portConstraint=eastwest;whiteSpace=wrap;html=1;" value="reviewer: string" vertex="1">
          <mxGeometry height="26" width="160" y="60" as="geometry" />
        </mxCell>
        <mxCell id="Qc-xl6jv6DDGC1pgQnW8-3" parent="Qc-xl6jv6DDGC1pgQnW8-1" style="line;strokeWidth=1;fillColor=none;align=left;verticalAlign=middle;spacingTop=-1;spacingLeft=3;spacingRight=3;rotatable=0;labelPosition=right;points=[];portConstraint=eastwest;strokeColor=inherit;" value="" vertex="1">
          <mxGeometry height="8" width="160" y="86" as="geometry" />
        </mxCell>
        <mxCell id="Qc-xl6jv6DDGC1pgQnW8-4" parent="Qc-xl6jv6DDGC1pgQnW8-1" style="text;strokeColor=none;fillColor=none;align=left;verticalAlign=top;spacingLeft=4;spacingRight=4;overflow=hidden;rotatable=0;points=[[0,0.5],[1,0.5]];portConstraint=eastwest;whiteSpace=wrap;html=1;" value="rating: int" vertex="1">
          <mxGeometry height="26" width="160" y="94" as="geometry" />
        </mxCell>
        <mxCell id="Qc-xl6jv6DDGC1pgQnW8-24" edge="1" parent="1" source="TRXBdDGxTs-NISdQ8IEX-30" style="edgeStyle=orthogonalEdgeStyle;rounded=0;orthogonalLoop=1;jettySize=auto;html=1;entryX=0.005;entryY=0.07;entryDx=0;entryDy=0;entryPerimeter=0;startArrow=none;startFill=0;endArrow=none;endFill=0;exitX=0;exitY=0.5;exitDx=0;exitDy=0;" target="TRXBdDGxTs-NISdQ8IEX-23">
          <mxGeometry relative="1" as="geometry">
            <Array as="points">
              <mxPoint x="710" y="-259" />
              <mxPoint x="710" y="-50" />
              <mxPoint x="761" y="-50" />
            </Array>
            <mxPoint x="870" y="-250" as="sourcePoint" />
            <mxPoint x="740" y="-70" as="targetPoint" />
          </mxGeometry>
        </mxCell>
        <mxCell id="Qc-xl6jv6DDGC1pgQnW8-28" edge="1" parent="1" source="TRXBdDGxTs-NISdQ8IEX-12" style="edgeStyle=orthogonalEdgeStyle;rounded=0;orthogonalLoop=1;jettySize=auto;html=1;entryX=0.5;entryY=0;entryDx=0;entryDy=0;endArrow=none;endFill=0;startArrow=diamond;startFill=1;" target="Qc-xl6jv6DDGC1pgQnW8-1">
          <mxGeometry relative="1" as="geometry" />
        </mxCell>
        <mxCell id="Qc-xl6jv6DDGC1pgQnW8-33" parent="1" style="text;html=1;whiteSpace=wrap;strokeColor=none;fillColor=none;align=center;verticalAlign=middle;rounded=0;" value="use" vertex="1">
          <mxGeometry height="30" width="60" x="660" y="-410" as="geometry" />
        </mxCell>
        <mxCell id="SmUk0WE4a00IHk_lRsVr-1" parent="1" style="text;html=1;whiteSpace=wrap;strokeColor=none;fillColor=none;align=center;verticalAlign=middle;rounded=0;" value="0..*" vertex="1">
          <mxGeometry height="30" width="60" x="920" y="-396" as="geometry" />
        </mxCell>
        <mxCell id="SmUk0WE4a00IHk_lRsVr-2" parent="1" style="text;html=1;whiteSpace=wrap;strokeColor=none;fillColor=none;align=center;verticalAlign=middle;rounded=0;" value="1" vertex="1">
          <mxGeometry height="30" width="60" x="480" y="-280" as="geometry" />
        </mxCell>
        <mxCell id="oMLWTCMjyaFDdx6GEP5y-1" parent="1" style="text;html=1;whiteSpace=wrap;strokeColor=none;fillColor=none;align=center;verticalAlign=middle;rounded=0;" value="1" vertex="1">
          <mxGeometry height="21" width="35" x="370" y="-110" as="geometry" />
        </mxCell>
        <mxCell id="SmUk0WE4a00IHk_lRsVr-3" parent="1" style="text;html=1;whiteSpace=wrap;strokeColor=none;fillColor=none;align=center;verticalAlign=middle;rounded=0;" value="1" vertex="1">
          <mxGeometry height="30" width="60" x="710" y="-300" as="geometry" />
        </mxCell>
        <mxCell id="oMLWTCMjyaFDdx6GEP5y-2" parent="1" style="text;html=1;whiteSpace=wrap;strokeColor=none;fillColor=none;align=center;verticalAlign=middle;rounded=0;" value="0..*" vertex="1">
          <mxGeometry height="30" width="60" x="529" y="-89" as="geometry" />
        </mxCell>
        <mxCell id="SmUk0WE4a00IHk_lRsVr-4" parent="1" style="text;html=1;whiteSpace=wrap;strokeColor=none;fillColor=none;align=center;verticalAlign=middle;rounded=0;" value="3..*" vertex="1">
          <mxGeometry height="30" width="50" x="710" y="-80" as="geometry" />
        </mxCell>
        <mxCell id="oMLWTCMjyaFDdx6GEP5y-3" parent="1" style="text;html=1;whiteSpace=wrap;strokeColor=none;fillColor=none;align=center;verticalAlign=middle;rounded=0;" value="1" vertex="1">
          <mxGeometry height="21" width="35" x="282.5" y="-180" as="geometry" />
        </mxCell>
        <mxCell id="oMLWTCMjyaFDdx6GEP5y-4" parent="1" style="text;html=1;whiteSpace=wrap;strokeColor=none;fillColor=none;align=center;verticalAlign=middle;rounded=0;" value="0..*" vertex="1">
          <mxGeometry height="30" width="60" x="300" y="-73" as="geometry" />
        </mxCell>
        <mxCell id="G2LW6t1l3yR2lz-vioTT-3" parent="1" style="text;html=1;whiteSpace=wrap;strokeColor=none;fillColor=none;align=center;verticalAlign=middle;rounded=0;" value="Business Logic Layer" vertex="1">
          <mxGeometry height="30" width="140" x="180" y="-450" as="geometry" />
        </mxCell>
        <mxCell id="edcSE9v4uRvSrk_5zedf-1" edge="1" parent="1" source="edcSE9v4uRvSrk_5zedf-2" style="edgeStyle=orthogonalEdgeStyle;rounded=0;orthogonalLoop=1;jettySize=auto;html=1;entryX=0.03;entryY=0.128;entryDx=0;entryDy=0;curved=1;entryPerimeter=0;exitX=0.5;exitY=0;exitDx=0;exitDy=0;" target="Qc-xl6jv6DDGC1pgQnW8-1">
          <mxGeometry relative="1" as="geometry">
            <mxPoint x="200" y="-10" as="targetPoint" />
          </mxGeometry>
        </mxCell>
        <mxCell id="edcSE9v4uRvSrk_5zedf-2" parent="1" style="rounded=0;whiteSpace=wrap;html=1;fillColor=#FFEFD3;strokeColor=#d6b656;fontSize=10;" value="user can have multiple review to different places" vertex="1">
          <mxGeometry height="60" width="120" x="40" y="44" as="geometry" />
        </mxCell>
      </root>
    </mxGraphModel>
  </diagram>
</mxfile>
